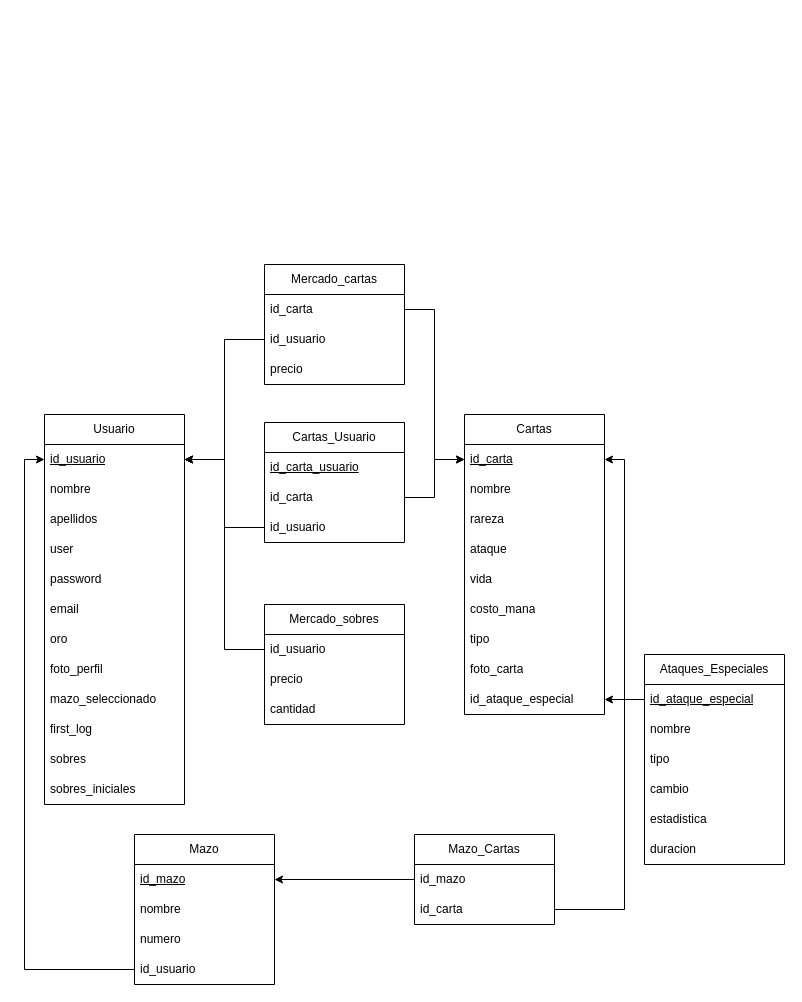
Earlier version of the draw.io diagram Diagramas/BBDD.drawio (MiguelGallardoRevaliente/ProjecteFinal). Source tidied: cells renumbered, new cells numbered last; positions are measured from the earlier drawing's top-left corner, leaving out a move shared by most shapes. Both pictures are drawn from the tidied source at 100%, with x=0, y=0 at pixel (44, 264).
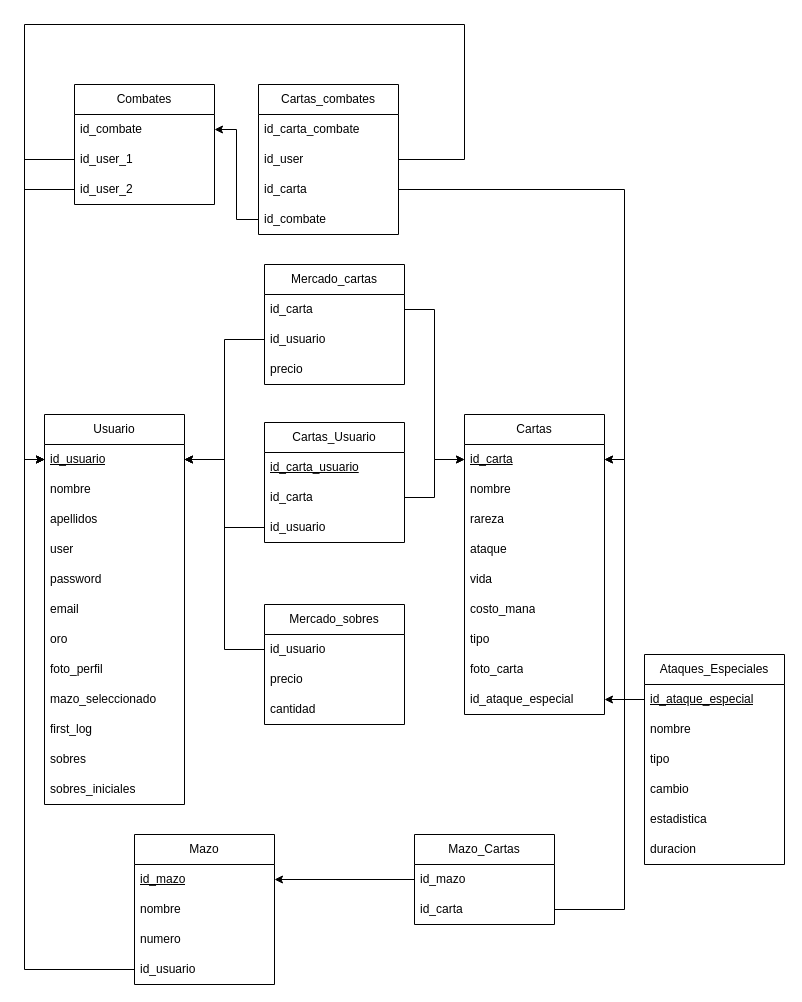
Above is the later version.

The change refers to these unchanged cells:
```xml
<mxCell id="3" value="&lt;u&gt;id_usuario&lt;/u&gt;" style="text;strokeColor=none;fillColor=none;align=left;verticalAlign=middle;spacingLeft=4;spacingRight=4;overflow=hidden;points=[[0,0.5],[1,0.5]];portConstraint=eastwest;whiteSpace=wrap;html=1;" parent="2" vertex="1">
  <mxGeometry y="30" width="140" height="30" as="geometry" />
</mxCell>
<mxCell id="16" value="&lt;u&gt;id_carta&lt;/u&gt;" style="text;strokeColor=none;fillColor=none;align=left;verticalAlign=middle;spacingLeft=4;spacingRight=4;overflow=hidden;points=[[0,0.5],[1,0.5]];portConstraint=eastwest;whiteSpace=wrap;html=1;" parent="15" vertex="1">
  <mxGeometry y="30" width="140" height="30" as="geometry" />
</mxCell>
```

The edit, as a diff of the source:
```diff
@@
+    <mxCell id="61" value="Cartas_combates" style="swimlane;fontStyle=0;horizontal=1;startSize=30;whiteSpace=wrap;html=1;" parent="1" vertex="1">
+      <mxGeometry x="214" y="-180" width="140" height="150" as="geometry" />
+    </mxCell>
+    <mxCell id="62" value="id_carta_combate" style="text;strokeColor=none;fillColor=none;align=left;verticalAlign=middle;spacingLeft=4;spacingRight=4;overflow=hidden;whiteSpace=wrap;html=1;" parent="61" vertex="1">
+      <mxGeometry y="30" width="140" height="30" as="geometry" />
+    </mxCell>
+    <mxCell id="63" value="id_user" style="text;strokeColor=none;fillColor=none;align=left;verticalAlign=middle;spacingLeft=4;spacingRight=4;overflow=hidden;points=[[0,0.5],[1,0.5]];portConstraint=eastwest;whiteSpace=wrap;html=1;" parent="61" vertex="1">
+      <mxGeometry y="60" width="140" height="30" as="geometry" />
+    </mxCell>
+    <mxCell id="64" value="id_carta" style="text;strokeColor=none;fillColor=none;align=left;verticalAlign=middle;spacingLeft=4;spacingRight=4;overflow=hidden;points=[[0,0.5],[1,0.5]];portConstraint=eastwest;whiteSpace=wrap;html=1;" parent="61" vertex="1">
+      <mxGeometry y="90" width="140" height="30" as="geometry" />
+    </mxCell>
+    <mxCell id="65" value="id_combate" style="text;strokeColor=none;fillColor=none;align=left;verticalAlign=middle;spacingLeft=4;spacingRight=4;overflow=hidden;points=[[0,0.5],[1,0.5]];portConstraint=eastwest;whiteSpace=wrap;html=1;" parent="61" vertex="1">
+      <mxGeometry y="120" width="140" height="30" as="geometry" />
+    </mxCell>
+    <mxCell id="66" value="Combates" style="swimlane;fontStyle=0;horizontal=1;startSize=30;whiteSpace=wrap;html=1;" parent="1" vertex="1">
+      <mxGeometry x="30" y="-180" width="140" height="120" as="geometry" />
+    </mxCell>
+    <mxCell id="67" value="id_combate" style="text;strokeColor=none;fillColor=none;align=left;verticalAlign=middle;spacingLeft=4;spacingRight=4;overflow=hidden;points=[[0,0.5],[1,0.5]];portConstraint=eastwest;whiteSpace=wrap;html=1;" parent="66" vertex="1">
+      <mxGeometry y="30" width="140" height="30" as="geometry" />
+    </mxCell>
+    <mxCell id="68" value="id_user_1" style="text;strokeColor=none;fillColor=none;align=left;verticalAlign=middle;spacingLeft=4;spacingRight=4;overflow=hidden;points=[[0,0.5],[1,0.5]];portConstraint=eastwest;whiteSpace=wrap;html=1;" parent="66" vertex="1">
+      <mxGeometry y="60" width="140" height="30" as="geometry" />
+    </mxCell>
+    <mxCell id="69" value="id_user_2" style="text;strokeColor=none;fillColor=none;align=left;verticalAlign=middle;spacingLeft=4;spacingRight=4;overflow=hidden;points=[[0,0.5],[1,0.5]];portConstraint=eastwest;whiteSpace=wrap;html=1;" parent="66" vertex="1">
+      <mxGeometry y="90" width="140" height="30" as="geometry" />
+    </mxCell>
+    <mxCell id="70" style="edgeStyle=orthogonalEdgeStyle;rounded=0;jettySize=auto;html=1;entryX=0;entryY=0.5;entryDx=0;entryDy=0;" parent="1" edge="1" source="68" target="3">
+      <mxGeometry relative="1" as="geometry" />
+    </mxCell>
+    <mxCell id="71" style="edgeStyle=orthogonalEdgeStyle;rounded=0;jettySize=auto;html=1;entryX=0;entryY=0.5;entryDx=0;entryDy=0;" parent="1" edge="1" source="69" target="3">
+      <mxGeometry relative="1" as="geometry" />
+    </mxCell>
+    <mxCell id="72" style="edgeStyle=orthogonalEdgeStyle;rounded=0;jettySize=auto;html=1;entryX=1;entryY=0.5;entryDx=0;entryDy=0;" parent="1" edge="1" source="65" target="67">
+      <mxGeometry relative="1" as="geometry" />
+    </mxCell>
+    <mxCell id="73" style="edgeStyle=orthogonalEdgeStyle;rounded=0;jettySize=auto;html=1;entryX=0;entryY=0.5;entryDx=0;entryDy=0;" parent="1" edge="1" source="63" target="3">
+      <mxGeometry relative="1" as="geometry">
+        <Array as="points">
+          <mxPoint x="420" y="-105" />
+          <mxPoint x="420" y="-240" />
+          <mxPoint x="-20" y="-240" />
+          <mxPoint x="-20" y="195" />
+        </Array>
+      </mxGeometry>
+    </mxCell>
+    <mxCell id="74" style="edgeStyle=orthogonalEdgeStyle;rounded=0;jettySize=auto;html=1;entryX=1;entryY=0.5;entryDx=0;entryDy=0;" parent="1" edge="1" source="64" target="16">
+      <mxGeometry relative="1" as="geometry" />
+    </mxCell>
```
